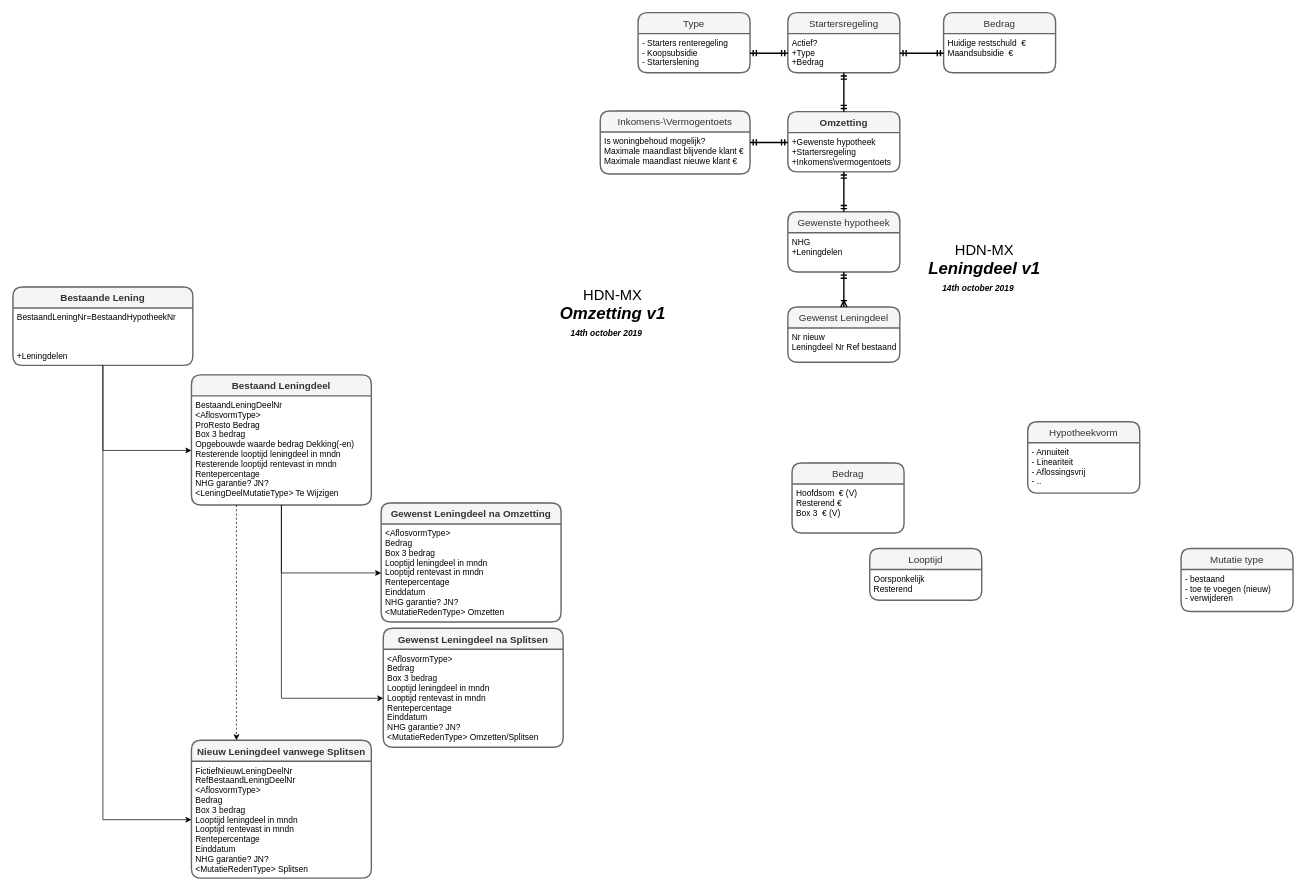
This is page "Omzetten Lening" (10 of 11) of HDN-MX-DesignFinal.drawio from luchthandel/diagrams, a draw.io file, before an edit. Source tidied: cells renumbered, new cells numbered last; positions are measured from the earlier drawing's top-left corner, leaving out a move shared by most shapes. Both pictures are drawn from the tidied source at 70%, with x=0, y=0 at pixel (13, 12).
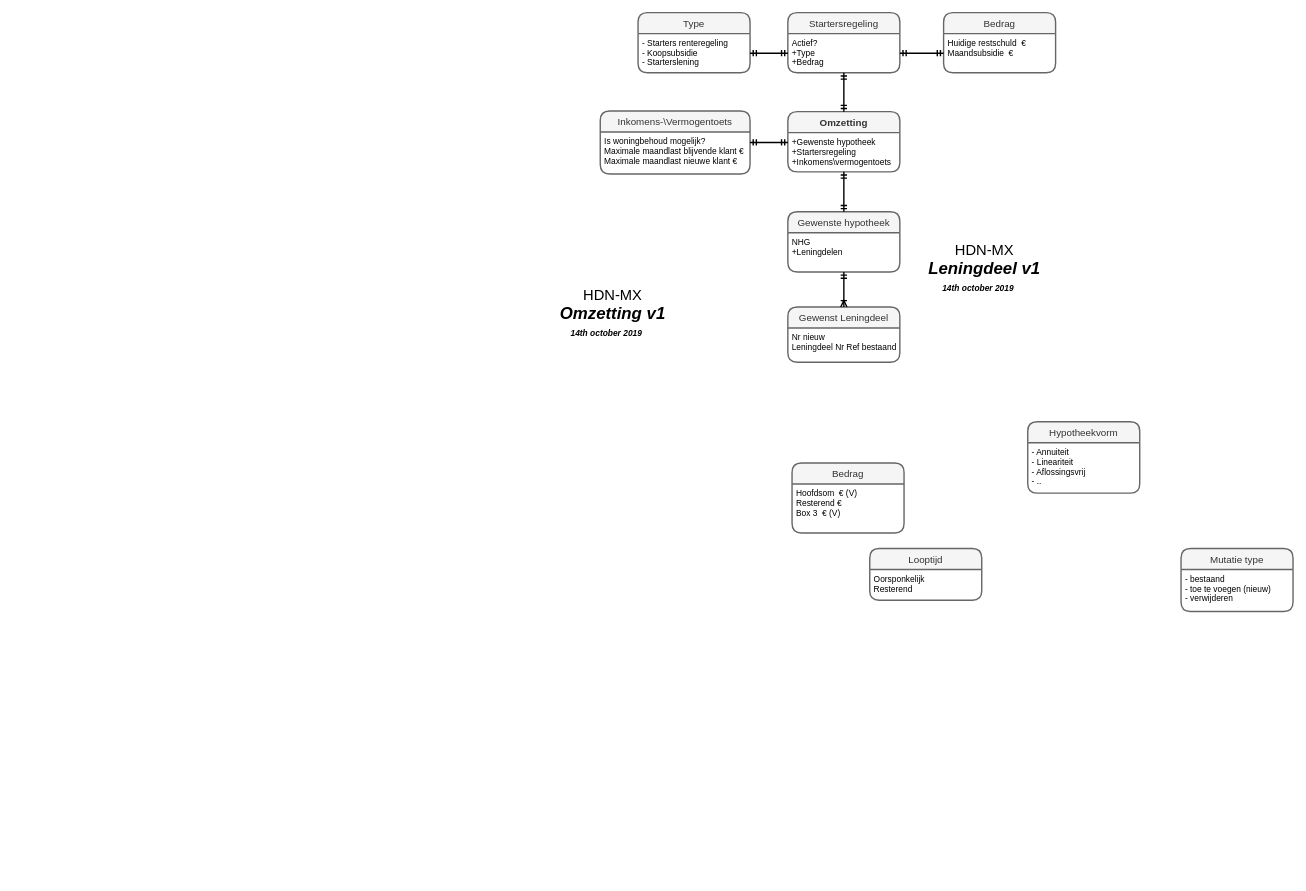
The same page after the edit.

The edit, as a diff of the source:
```diff
@@
-    <mxCell id="2" value="Bestaand Leningdeel" style="swimlane;horizontal=1;startSize=30;fillColor=#f5f5f5;rounded=1;fontSize=14;fontStyle=1;strokeWidth=2;shadow=0;dashed=0;align=center;swimlaneLine=1;strokeColor=#666666;fontColor=#333333;" parent="1" vertex="1">
-      <mxGeometry x="255" y="518" width="257" height="186" as="geometry" />
-    </mxCell>
-    <mxCell id="3" value="BestaandLeningDeelNr&#10;&lt;AflosvormType&gt;&#10;ProResto Bedrag&#10;Box 3 bedrag&#10;Opgebouwde waarde bedrag Dekking(-en)&#10;Resterende looptijd leningdeel in mndn&#10;Resterende looptijd rentevast in mndn&#10;Rentepercentage&#10;NHG garantie? JN?&#10;&lt;LeningDeelMutatieType&gt; Te Wijzigen" style="align=left;strokeColor=none;fillColor=none;spacingLeft=4;fontSize=12;verticalAlign=top;" parent="2" vertex="1">
-      <mxGeometry y="30" width="257" height="156" as="geometry" />
-    </mxCell>
@@
-    <mxCell id="39" value="Bestaande Lening" style="swimlane;horizontal=1;startSize=30;fillColor=#f5f5f5;rounded=1;fontSize=14;fontStyle=1;strokeWidth=2;shadow=0;dashed=0;align=center;swimlaneLine=1;strokeColor=#666666;fontColor=#333333;" parent="1" vertex="1">
-      <mxGeometry y="392.5" width="257" height="112" as="geometry" />
-    </mxCell>
-    <mxCell id="40" value="BestaandLeningNr=BestaandHypotheekNr&#10;&#10;&#10;&#10;+Leningdelen" style="align=left;strokeColor=none;fillColor=none;spacingLeft=4;fontSize=12;verticalAlign=top;" parent="39" vertex="1">
-      <mxGeometry y="30" width="257" height="82" as="geometry" />
-    </mxCell>
-    <mxCell id="41" value="Gewenst Leningdeel na Omzetting" style="swimlane;horizontal=1;startSize=30;fillColor=#f5f5f5;rounded=1;fontSize=14;fontStyle=1;strokeWidth=2;shadow=0;dashed=0;align=center;swimlaneLine=1;strokeColor=#666666;fontColor=#333333;" parent="1" vertex="1">
-      <mxGeometry x="526" y="701" width="257" height="170" as="geometry" />
-    </mxCell>
-    <mxCell id="42" value="&lt;AflosvormType&gt;&#10;Bedrag&#10;Box 3 bedrag&#10;Looptijd leningdeel in mndn&#10;Looptijd rentevast in mndn&#10;Rentepercentage&#10;Einddatum&#10;NHG garantie? JN?&#10;&lt;MutatieRedenType&gt; Omzetten" style="align=left;strokeColor=none;fillColor=none;spacingLeft=4;fontSize=12;verticalAlign=top;" parent="41" vertex="1">
-      <mxGeometry y="30" width="257" height="140" as="geometry" />
-    </mxCell>
-    <mxCell id="43" value="Nieuw Leningdeel vanwege Splitsen" style="swimlane;horizontal=1;startSize=30;fillColor=#f5f5f5;rounded=1;fontSize=14;fontStyle=1;strokeWidth=2;shadow=0;dashed=0;align=center;swimlaneLine=1;strokeColor=#666666;fontColor=#333333;" parent="1" vertex="1">
-      <mxGeometry x="255" y="1040" width="257" height="197" as="geometry" />
-    </mxCell>
-    <mxCell id="44" value="FictiefNieuwLeningDeelNr&#10;RefBestaandLeningDeelNr&#10;&lt;AflosvormType&gt;&#10;Bedrag&#10;Box 3 bedrag&#10;Looptijd leningdeel in mndn&#10;Looptijd rentevast in mndn&#10;Rentepercentage&#10;Einddatum&#10;NHG garantie? JN?&#10;&lt;MutatieRedenType&gt; Splitsen" style="align=left;strokeColor=none;fillColor=none;spacingLeft=4;fontSize=12;verticalAlign=top;" parent="43" vertex="1">
-      <mxGeometry y="30" width="257" height="167" as="geometry" />
-    </mxCell>
-    <mxCell id="45" style="edgeStyle=orthogonalEdgeStyle;rounded=0;jettySize=auto;html=1;exitX=0.5;exitY=1;exitDx=0;exitDy=0;entryX=0;entryY=0.5;entryDx=0;entryDy=0;" parent="1" edge="1" source="40" target="3">
-      <mxGeometry relative="1" as="geometry" />
-    </mxCell>
-    <mxCell id="46" style="edgeStyle=orthogonalEdgeStyle;rounded=0;jettySize=auto;html=1;exitX=0.5;exitY=1;exitDx=0;exitDy=0;entryX=0;entryY=0.5;entryDx=0;entryDy=0;" parent="1" edge="1" source="3" target="42">
-      <mxGeometry relative="1" as="geometry" />
-    </mxCell>
-    <mxCell id="47" style="edgeStyle=orthogonalEdgeStyle;rounded=0;jettySize=auto;html=1;exitX=0.5;exitY=1;exitDx=0;exitDy=0;entryX=0;entryY=0.5;entryDx=0;entryDy=0;" parent="1" edge="1" source="40" target="44">
-      <mxGeometry relative="1" as="geometry" />
-    </mxCell>
-    <mxCell id="48" style="edgeStyle=orthogonalEdgeStyle;rounded=0;jettySize=auto;html=1;exitX=0.25;exitY=1;exitDx=0;exitDy=0;entryX=0.25;entryY=0;entryDx=0;entryDy=0;dashed=1;" parent="1" edge="1" source="3" target="43">
-      <mxGeometry relative="1" as="geometry" />
-    </mxCell>
-    <mxCell id="49" value="Gewenst Leningdeel na Splitsen" style="swimlane;horizontal=1;startSize=30;fillColor=#f5f5f5;rounded=1;fontSize=14;fontStyle=1;strokeWidth=2;shadow=0;dashed=0;align=center;swimlaneLine=1;strokeColor=#666666;fontColor=#333333;" parent="1" vertex="1">
-      <mxGeometry x="529" y="880" width="257" height="170" as="geometry" />
-    </mxCell>
-    <mxCell id="50" value="&lt;AflosvormType&gt;&#10;Bedrag&#10;Box 3 bedrag&#10;Looptijd leningdeel in mndn&#10;Looptijd rentevast in mndn&#10;Rentepercentage&#10;Einddatum&#10;NHG garantie? JN?&#10;&lt;MutatieRedenType&gt; Omzetten/Splitsen" style="align=left;strokeColor=none;fillColor=none;spacingLeft=4;fontSize=12;verticalAlign=top;" parent="49" vertex="1">
-      <mxGeometry y="30" width="257" height="140" as="geometry" />
-    </mxCell>
-    <mxCell id="51" style="edgeStyle=orthogonalEdgeStyle;rounded=0;jettySize=auto;html=1;exitX=0.5;exitY=1;exitDx=0;exitDy=0;entryX=0;entryY=0.5;entryDx=0;entryDy=0;" parent="1" edge="1" source="3" target="50">
-      <mxGeometry relative="1" as="geometry" />
-    </mxCell>
```
